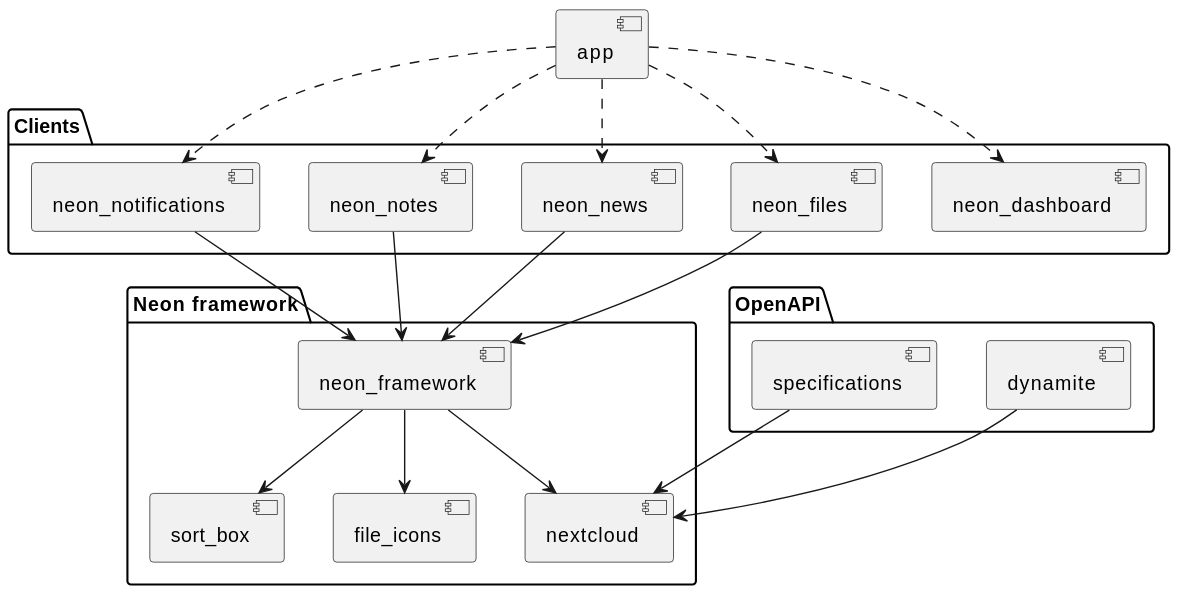
Earlier version of the PlantUML export docs/architecture.svg (nextcloud/neon).
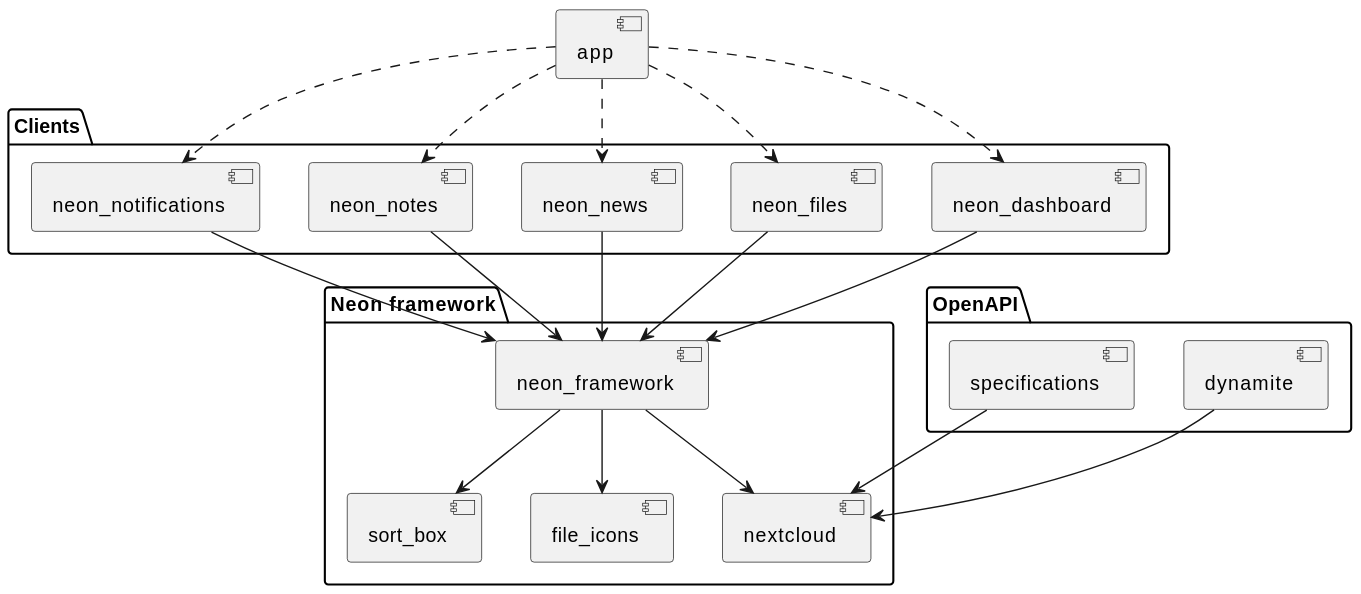
After the change.

Commit message:
fix(docs): Add missing dashboard link in architecture graph

The edit, as a diff of the source:
```diff
@@ -27,6 +27,7 @@
 app ..> neon_notes
 app ..> neon_notifications
 
+neon_dashboard --> neon_framework
 neon_files --> neon_framework
 neon_news --> neon_framework
 neon_notes --> neon_framework
```
